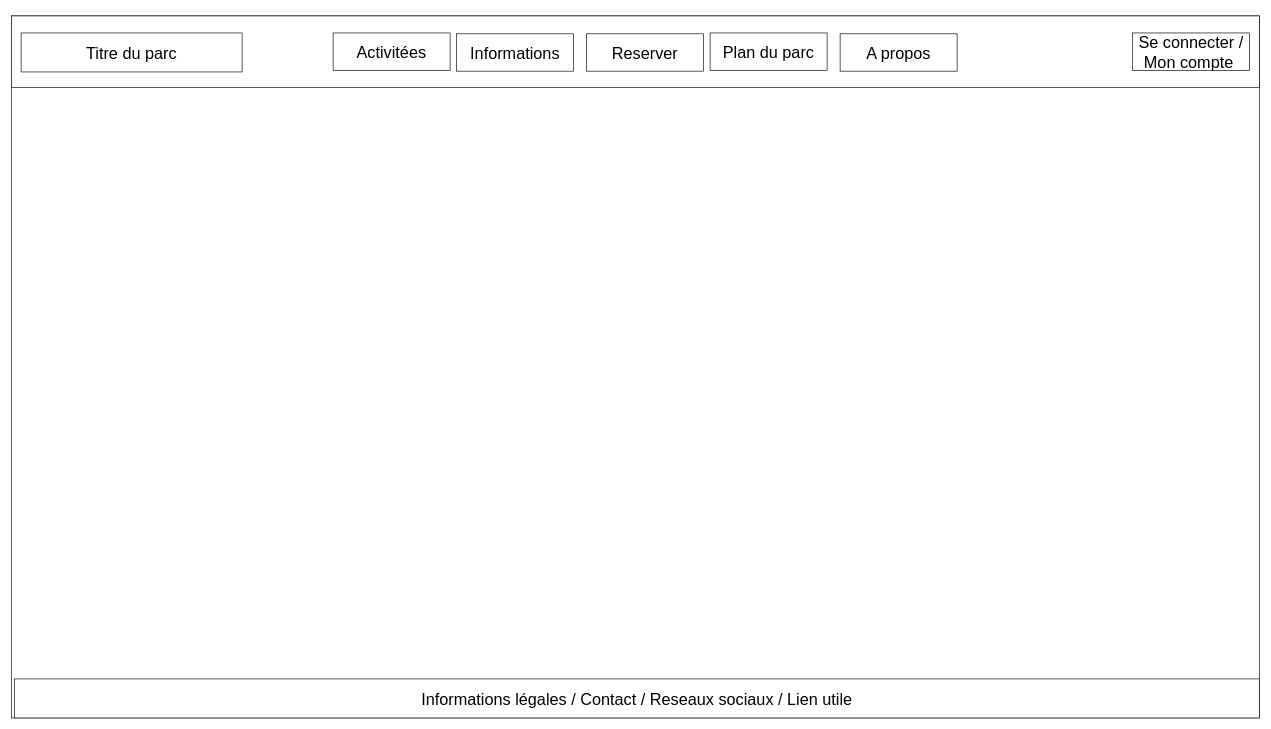
Earlier version of the draw.io diagram page "Mon compte" (4 of 9) of doc/wireframe_desktop.drawio (SeguierJonathan/ZombieLand). Source tidied: cells renumbered, new cells numbered last; positions are measured from the earlier drawing's top-left corner, leaving out a move shared by most shapes. Both pictures are drawn from the tidied source at 65%, with x=0, y=0 at pixel (11, 16).
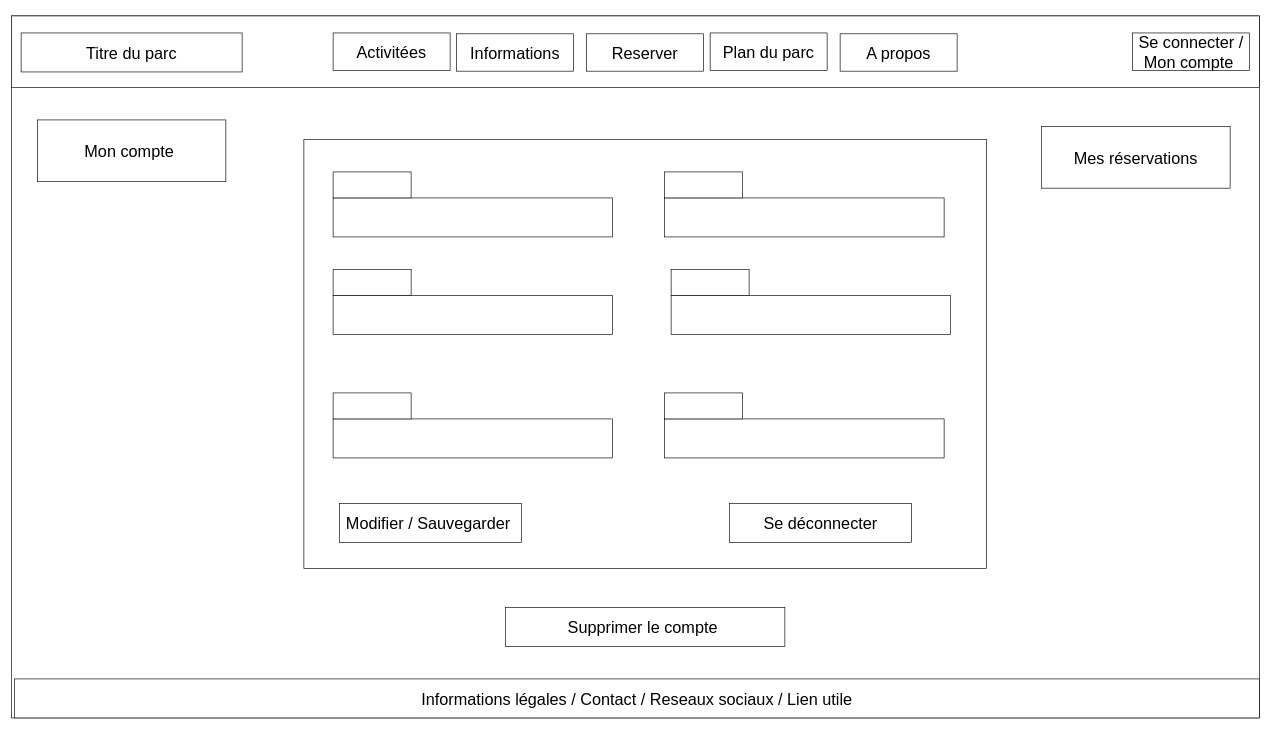
The same page after the edit.

Diff of the diagram source:
```diff
@@
+    <mxCell id="13" value="&lt;font style=&quot;font-size: 25px;&quot;&gt;Mes réservations&lt;/font&gt;" style="rounded=0;whiteSpace=wrap;html=1;" parent="1" vertex="1">
+      <mxGeometry x="1585" y="170" width="290" height="95" as="geometry" />
+    </mxCell>
+    <mxCell id="14" value="&lt;font style=&quot;font-size: 25px;&quot;&gt;Mon compte&amp;nbsp;&lt;/font&gt;" style="rounded=0;whiteSpace=wrap;html=1;" parent="1" vertex="1">
+      <mxGeometry x="40" y="160" width="290" height="95" as="geometry" />
+    </mxCell>
+    <mxCell id="15" style="rounded=0;whiteSpace=wrap;html=1;" parent="1" vertex="1">
+      <mxGeometry x="450" y="190" width="1050" height="660" as="geometry" />
+    </mxCell>
+    <mxCell id="16" style="rounded=0;whiteSpace=wrap;html=1;" parent="1" vertex="1">
+      <mxGeometry x="495" y="280" width="430" height="60" as="geometry" />
+    </mxCell>
+    <mxCell id="17" style="rounded=0;whiteSpace=wrap;html=1;" parent="1" vertex="1">
+      <mxGeometry x="1005" y="280" width="430" height="60" as="geometry" />
+    </mxCell>
+    <mxCell id="18" style="rounded=0;whiteSpace=wrap;html=1;" parent="1" vertex="1">
+      <mxGeometry x="495" y="240" width="120" height="40" as="geometry" />
+    </mxCell>
+    <mxCell id="19" style="rounded=0;whiteSpace=wrap;html=1;" parent="1" vertex="1">
+      <mxGeometry x="495" y="430" width="430" height="60" as="geometry" />
+    </mxCell>
+    <mxCell id="20" style="rounded=0;whiteSpace=wrap;html=1;" parent="1" vertex="1">
+      <mxGeometry x="495" y="390" width="120" height="40" as="geometry" />
+    </mxCell>
+    <mxCell id="21" style="rounded=0;whiteSpace=wrap;html=1;" parent="1" vertex="1">
+      <mxGeometry x="495" y="620" width="430" height="60" as="geometry" />
+    </mxCell>
+    <mxCell id="22" style="rounded=0;whiteSpace=wrap;html=1;" parent="1" vertex="1">
+      <mxGeometry x="495" y="580" width="120" height="40" as="geometry" />
+    </mxCell>
+    <mxCell id="23" style="rounded=0;whiteSpace=wrap;html=1;" parent="1" vertex="1">
+      <mxGeometry x="1005" y="620" width="430" height="60" as="geometry" />
+    </mxCell>
+    <mxCell id="24" style="rounded=0;whiteSpace=wrap;html=1;" parent="1" vertex="1">
+      <mxGeometry x="1015" y="430" width="430" height="60" as="geometry" />
+    </mxCell>
+    <mxCell id="25" style="rounded=0;whiteSpace=wrap;html=1;" parent="1" vertex="1">
+      <mxGeometry x="1015" y="390" width="120" height="40" as="geometry" />
+    </mxCell>
+    <mxCell id="26" style="rounded=0;whiteSpace=wrap;html=1;" parent="1" vertex="1">
+      <mxGeometry x="1005" y="580" width="120" height="40" as="geometry" />
+    </mxCell>
+    <mxCell id="27" style="rounded=0;whiteSpace=wrap;html=1;" parent="1" vertex="1">
+      <mxGeometry x="1005" y="240" width="120" height="40" as="geometry" />
+    </mxCell>
+    <mxCell id="28" value="&lt;font style=&quot;font-size: 25px;&quot;&gt;Se déconnecter&lt;/font&gt;" style="rounded=0;whiteSpace=wrap;html=1;" parent="1" vertex="1">
+      <mxGeometry x="1105" y="750" width="280" height="60" as="geometry" />
+    </mxCell>
+    <mxCell id="29" value="&lt;font style=&quot;font-size: 25px;&quot;&gt;Modifier / Sauvegarder&amp;nbsp;&lt;/font&gt;" style="rounded=0;whiteSpace=wrap;html=1;" parent="1" vertex="1">
+      <mxGeometry x="505" y="750" width="280" height="60" as="geometry" />
+    </mxCell>
+    <mxCell id="30" value="&lt;font style=&quot;font-size: 25px;&quot;&gt;Supprimer le compte&amp;nbsp;&lt;/font&gt;" style="rounded=0;whiteSpace=wrap;html=1;" parent="1" vertex="1">
+      <mxGeometry x="760" y="910" width="430" height="60" as="geometry" />
+    </mxCell>
```
